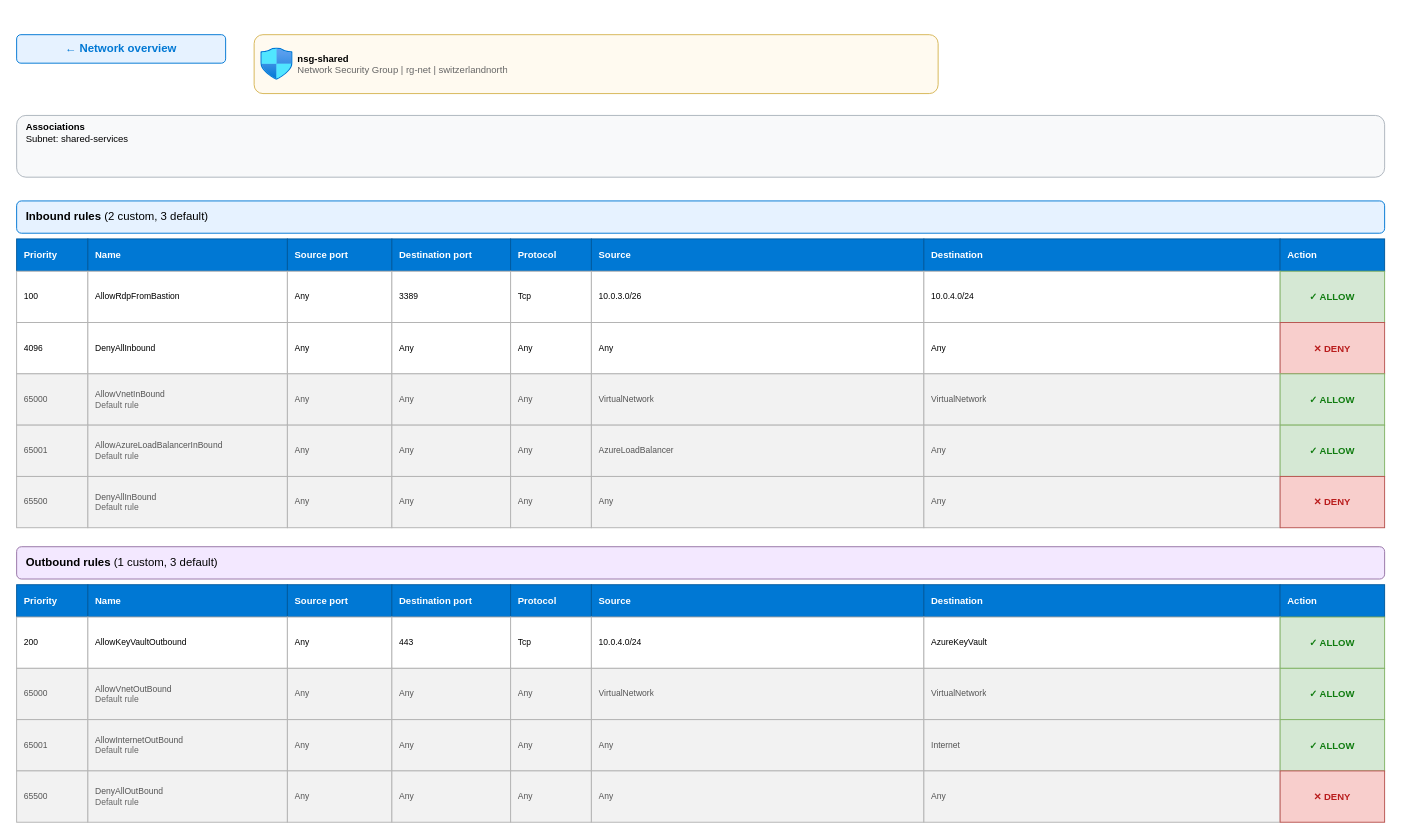
This is page "NSG - nsg-shared" (6 of 13) of sample-network.drawio from zh54321/VNetAtlas, a draw.io file, before an edit. Source tidied: cells renumbered, new cells numbered last; positions are measured from the earlier drawing's top-left corner, leaving out a move shared by most shapes. Both pictures are drawn from the tidied source at 95%, with x=0, y=0 at pixel (16, 34).
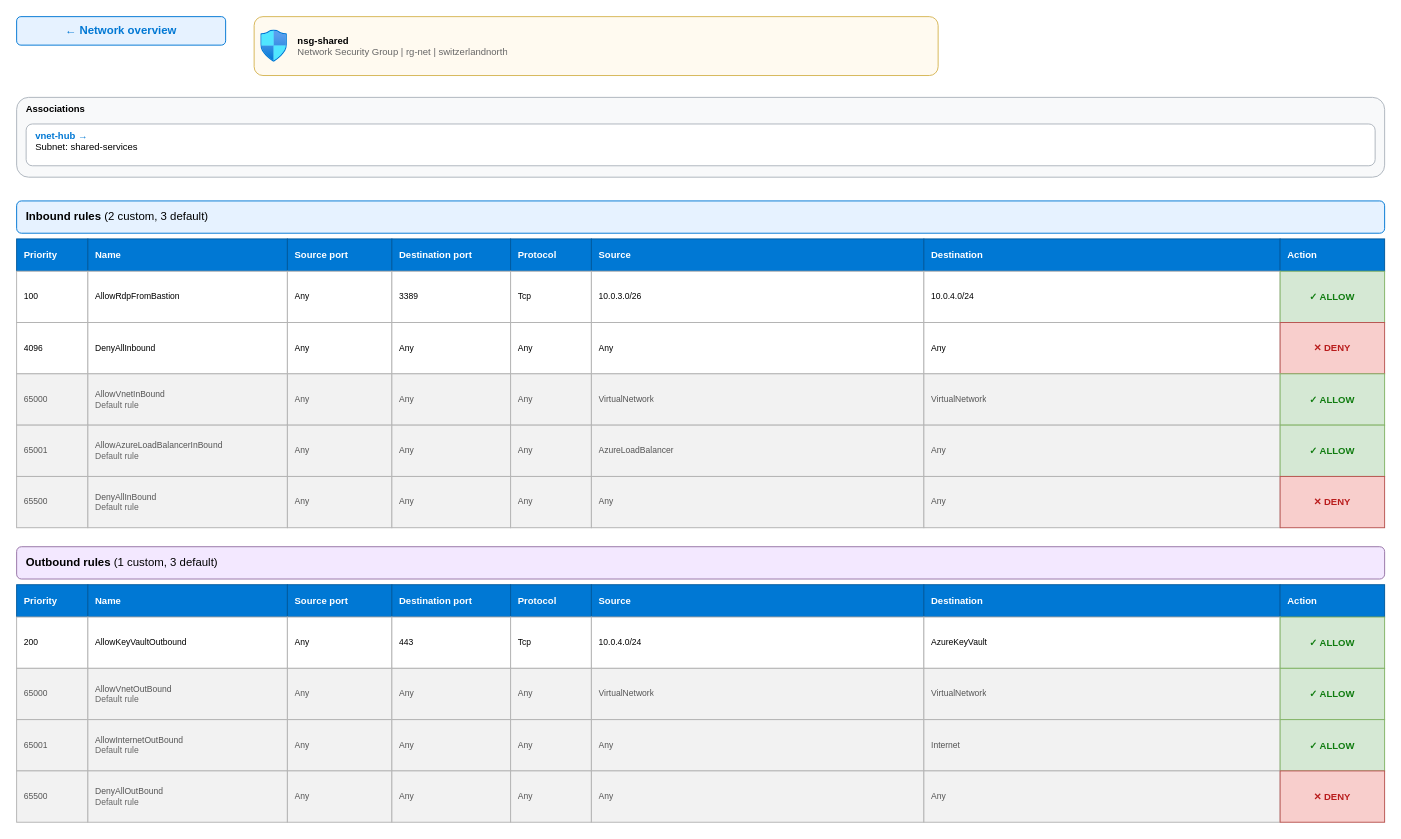
The same page after the edit.

The edit, as a diff of the source:
```diff
@@
     <mxCell id="2" value="&amp;#8592; Network overview" style="rounded=1;whiteSpace=wrap;html=1;fillColor=light-dark(#e6f2ff,#1d2d40);strokeColor=light-dark(#0078d4,#4a9be0);fontColor=light-dark(#0078d4,#6cb6ff);fontStyle=1;" parent="1" vertex="1">
-      <mxGeometry width="220" height="30" as="geometry" />
+      <mxGeometry y="-19" width="220" height="30" as="geometry" />
     </mxCell>
-    <mxCell id="3" value="&lt;b&gt;nsg-shared&lt;/b&gt;&lt;br&gt;&lt;font color='#666666'&gt;Network Security Group | rg-net | switzerlandnorth&lt;/font&gt;" style="shape=label;rounded=1;whiteSpace=wrap;html=1;image=img/lib/azure2/networking/Network_Security_Groups.svg;imageWidth=34;imageHeight=34;imageAlign=left;imageVerticalAlign=middle;spacingLeft=44;align=left;verticalAlign=middle;fillColor=light-dark(#fffaf0,#2e2a1f);strokeColor=light-dark(#d6b656,#a88f3f);fontSize=10;overflow=hidden;fontColor=light-dark(#000000,#dcdde0);" parent="1" vertex="1">
-      <mxGeometry x="250" width="720" height="62" as="geometry" />
+    <mxCell id="3" value="&lt;b&gt;nsg-shared&lt;/b&gt;&lt;br&gt;&lt;font color='#666666'&gt;Network Security Group | rg-net | switzerlandnorth&lt;/font&gt;" style="shape=label;rounded=1;whiteSpace=wrap;html=1;image=img/lib/azure2/networking/Network_Security_Groups.svg;imageWidth=28;imageHeight=34;imageAlign=left;imageVerticalAlign=middle;spacingLeft=44;align=left;verticalAlign=middle;fillColor=light-dark(#fffaf0,#2e2a1f);strokeColor=light-dark(#d6b656,#a88f3f);fontSize=10;overflow=hidden;fontColor=light-dark(#000000,#dcdde0);" parent="1" vertex="1">
+      <mxGeometry x="250" y="-19" width="720" height="62" as="geometry" />
     </mxCell>
-    <mxCell id="4" value="&lt;b&gt;Associations&lt;/b&gt;&lt;br&gt;Subnet: shared-services" style="rounded=1;whiteSpace=wrap;html=1;fillColor=light-dark(#f8f9fa,#26282c);strokeColor=light-dark(#adb5bd,#4a4f57);fontSize=10;align=left;spacingLeft=8;verticalAlign=top;fontColor=light-dark(#000000,#dcdde0);" parent="1" vertex="1">
-      <mxGeometry y="85" width="1440" height="65" as="geometry" />
+    <mxCell id="4" value="&lt;b&gt;Associations&lt;/b&gt;" style="rounded=1;whiteSpace=wrap;html=1;fillColor=light-dark(#f8f9fa,#26282c);strokeColor=light-dark(#adb5bd,#4a4f57);fontSize=10;align=left;spacingLeft=8;verticalAlign=top;fontColor=light-dark(#000000,#dcdde0);" parent="1" vertex="1">
+      <mxGeometry y="66" width="1440" height="84" as="geometry" />
     </mxCell>
+    <mxCell id="95" value="&lt;font color='#0078d4'&gt;&lt;b&gt;vnet-hub&lt;/b&gt; &amp;#8594;&lt;/font&gt;&lt;br&gt;Subnet: shared-services" style="rounded=1;whiteSpace=wrap;html=1;fillColor=light-dark(#ffffff,#2b2d31);strokeColor=light-dark(#adb5bd,#4a4f57);fontSize=10;align=left;spacingLeft=8;verticalAlign=top;fontColor=light-dark(#000000,#dcdde0);" parent="1" vertex="1">
+      <mxGeometry x="10" y="94" width="1420" height="44" as="geometry" />
+    </mxCell>
```
